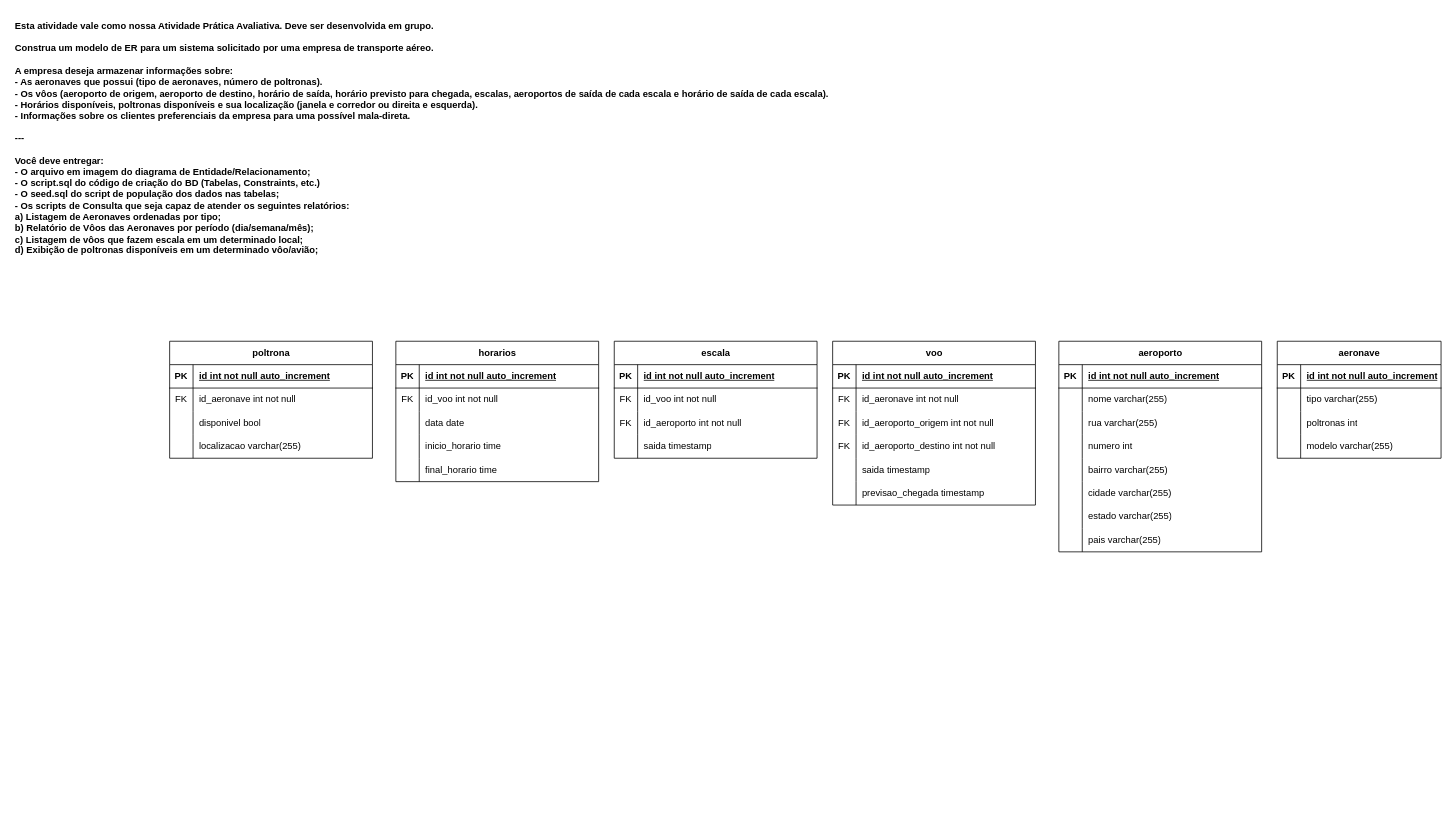
The draw.io diagram Diagramas/Atividades/companhia_aerea.drawio in samueldelorenzi/BancoDeDadosI, before the edit. Source tidied: cells renumbered, new cells numbered last; positions are measured from the earlier drawing's top-left corner, leaving out a move shared by most shapes. Both pictures are drawn from the tidied source at 78%, with x=0, y=0 at pixel (13, 13).
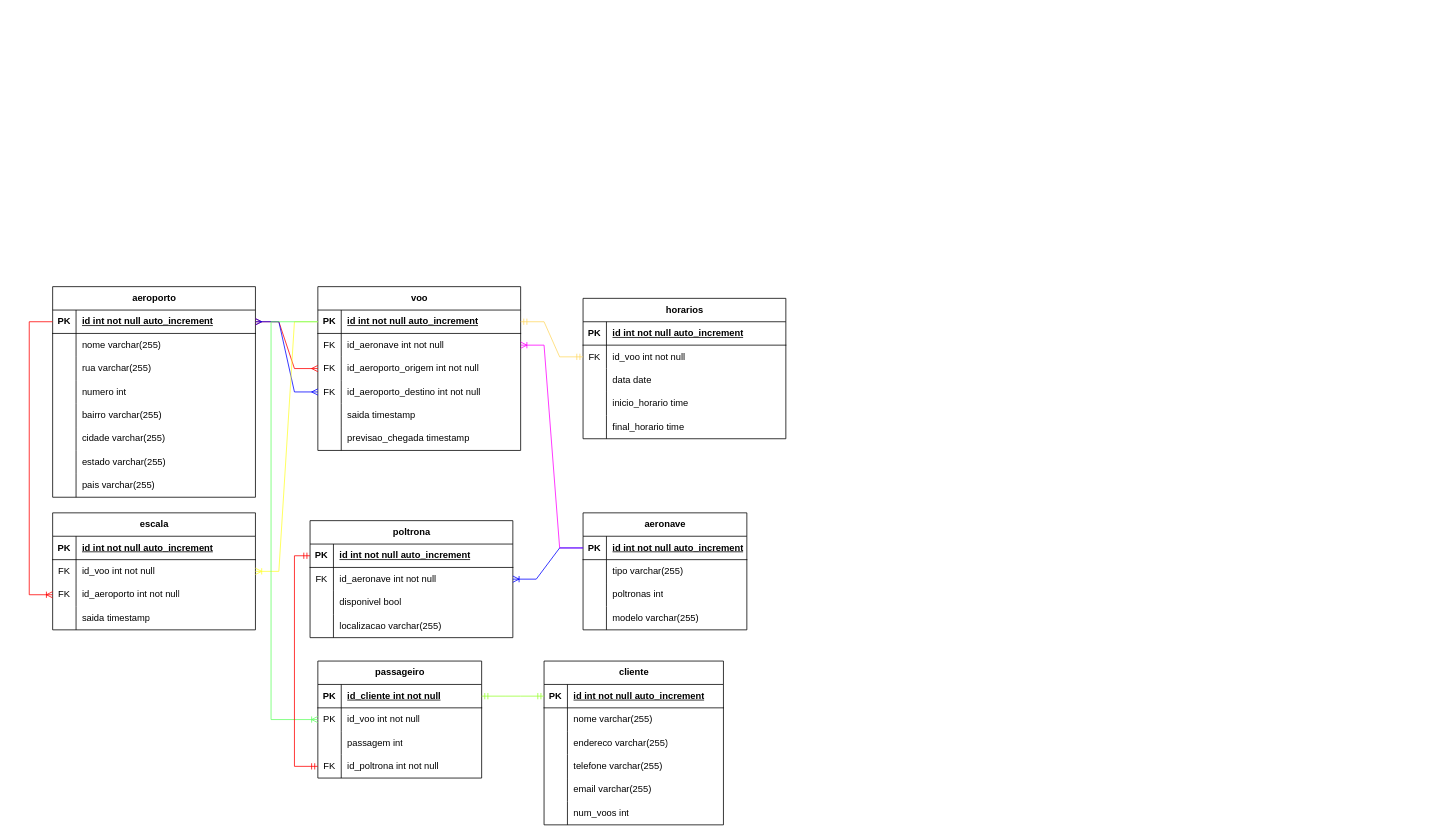
After the change.

Unchanged cells that the change refers to:
```xml
<mxCell id="4" style="shape=tableRow;horizontal=0;startSize=0;swimlaneHead=0;swimlaneBody=0;fillColor=none;points=[[0,0.5],[1,0.5]];portConstraint=eastwest;top=0;left=0;right=0;bottom=1;" parent="3" vertex="1">
  <mxGeometry y="30" width="210" height="30" as="geometry" />
</mxCell>
<mxCell id="17" style="shape=tableRow;horizontal=0;startSize=0;swimlaneHead=0;swimlaneBody=0;fillColor=none;points=[[0,0.5],[1,0.5]];portConstraint=eastwest;top=0;left=0;right=0;bottom=1;" parent="16" vertex="1">
  <mxGeometry y="30" width="260" height="30" as="geometry" />
</mxCell>
<mxCell id="42" style="shape=tableRow;horizontal=0;startSize=0;swimlaneHead=0;swimlaneBody=0;fillColor=none;points=[[0,0.5],[1,0.5]];portConstraint=eastwest;top=0;left=0;right=0;bottom=1;" parent="41" vertex="1">
  <mxGeometry y="30" width="260" height="30" as="geometry" />
</mxCell>
<mxCell id="45" style="shape=tableRow;horizontal=0;startSize=0;swimlaneHead=0;swimlaneBody=0;fillColor=none;points=[[0,0.5],[1,0.5]];portConstraint=eastwest;top=0;left=0;right=0;bottom=0;" parent="41" vertex="1">
  <mxGeometry y="60" width="260" height="30" as="geometry" />
</mxCell>
<mxCell id="48" style="shape=tableRow;horizontal=0;startSize=0;swimlaneHead=0;swimlaneBody=0;fillColor=none;points=[[0,0.5],[1,0.5]];portConstraint=eastwest;top=0;left=0;right=0;bottom=0;" parent="41" vertex="1">
  <mxGeometry y="90" width="260" height="30" as="geometry" />
</mxCell>
<mxCell id="51" style="shape=tableRow;horizontal=0;startSize=0;swimlaneHead=0;swimlaneBody=0;fillColor=none;points=[[0,0.5],[1,0.5]];portConstraint=eastwest;top=0;left=0;right=0;bottom=0;" parent="41" vertex="1">
  <mxGeometry y="120" width="260" height="30" as="geometry" />
</mxCell>
<mxCell id="64" style="shape=tableRow;horizontal=0;startSize=0;swimlaneHead=0;swimlaneBody=0;fillColor=none;points=[[0,0.5],[1,0.5]];portConstraint=eastwest;top=0;left=0;right=0;bottom=0;" parent="60" vertex="1">
  <mxGeometry y="60" width="260" height="30" as="geometry" />
</mxCell>
<mxCell id="67" style="shape=tableRow;horizontal=0;startSize=0;swimlaneHead=0;swimlaneBody=0;fillColor=none;points=[[0,0.5],[1,0.5]];portConstraint=eastwest;top=0;left=0;right=0;bottom=0;" parent="60" vertex="1">
  <mxGeometry y="90" width="260" height="30" as="geometry" />
</mxCell>
<mxCell id="77" style="shape=tableRow;horizontal=0;startSize=0;swimlaneHead=0;swimlaneBody=0;fillColor=none;points=[[0,0.5],[1,0.5]];portConstraint=eastwest;top=0;left=0;right=0;bottom=0;" parent="73" vertex="1">
  <mxGeometry y="60" width="260" height="30" as="geometry" />
</mxCell>
<mxCell id="90" style="shape=tableRow;horizontal=0;startSize=0;swimlaneHead=0;swimlaneBody=0;fillColor=none;points=[[0,0.5],[1,0.5]];portConstraint=eastwest;top=0;left=0;right=0;bottom=1;" parent="89" vertex="1">
  <mxGeometry y="30" width="260" height="30" as="geometry" />
</mxCell>
<mxCell id="93" style="shape=tableRow;horizontal=0;startSize=0;swimlaneHead=0;swimlaneBody=0;fillColor=none;points=[[0,0.5],[1,0.5]];portConstraint=eastwest;top=0;left=0;right=0;bottom=0;" parent="89" vertex="1">
  <mxGeometry y="60" width="260" height="30" as="geometry" />
</mxCell>
```

The edit, as a diff of the source:
```diff
@@
-    <mxCell id="2" value="&lt;div&gt;&lt;b&gt;Esta atividade vale como nossa Atividade Prática Avaliativa. Deve ser desenvolvida em grupo.&lt;/b&gt;&lt;/div&gt;&lt;div&gt;&lt;b&gt;&lt;br&gt;&lt;/b&gt;&lt;/div&gt;&lt;div&gt;&lt;b&gt;Construa um modelo de ER para um sistema solicitado por uma empresa de transporte aéreo.&lt;/b&gt;&lt;/div&gt;&lt;div&gt;&lt;b&gt;&lt;br&gt;&lt;/b&gt;&lt;/div&gt;&lt;div&gt;&lt;b&gt;A empresa deseja armazenar informações sobre:&lt;/b&gt;&lt;/div&gt;&lt;div&gt;&lt;b&gt;- As aeronaves que possui (tipo de aeronaves, número de poltronas).&lt;/b&gt;&lt;/div&gt;&lt;div&gt;&lt;b&gt;- Os vôos (aeroporto de origem, aeroporto de destino, horário de saída, horário previsto para chegada, escalas, aeroportos de saída de cada escala e horário de saída de cada escala).&lt;/b&gt;&lt;/div&gt;&lt;div&gt;&lt;b&gt;- Horários disponíveis, poltronas disponíveis e sua localização (janela e corredor ou direita e esquerda).&lt;/b&gt;&lt;/div&gt;&lt;div&gt;&lt;b&gt;- Informações sobre os clientes preferenciais da empresa para uma possível mala-direta.&lt;/b&gt;&lt;/div&gt;&lt;div&gt;&lt;b&gt;&lt;br&gt;&lt;/b&gt;&lt;/div&gt;&lt;div&gt;&lt;b&gt;---&lt;/b&gt;&lt;/div&gt;&lt;div&gt;&lt;b&gt;&lt;br&gt;&lt;/b&gt;&lt;/div&gt;&lt;div&gt;&lt;b&gt;Você deve entregar:&lt;/b&gt;&lt;/div&gt;&lt;div&gt;&lt;b&gt;- O arquivo em imagem do diagrama de Entidade/Relacionamento;&lt;/b&gt;&lt;/div&gt;&lt;div&gt;&lt;b&gt;- O script.sql do código de criação do BD (Tabelas, Constraints, etc.)&lt;/b&gt;&lt;/div&gt;&lt;div&gt;&lt;b&gt;- O seed.sql do script de população dos dados nas tabelas;&lt;/b&gt;&lt;/div&gt;&lt;div&gt;&lt;b&gt;- Os scripts de Consulta que seja capaz de atender os seguintes relatórios:&lt;/b&gt;&lt;/div&gt;&lt;div&gt;&lt;b&gt;a) Listagem de Aeronaves ordenadas por tipo;&lt;/b&gt;&lt;/div&gt;&lt;div&gt;&lt;b&gt;b) Relatório de Vôos das Aeronaves por período (dia/semana/mês);&lt;/b&gt;&lt;/div&gt;&lt;div&gt;&lt;b&gt;c) Listagem de vôos que fazem escala em um determinado local;&lt;/b&gt;&lt;/div&gt;&lt;div&gt;&lt;b&gt;d) Exibição de poltronas disponíveis em um determinado vôo/avião;&lt;/b&gt;&lt;/div&gt;" style="text;html=1;align=left;verticalAlign=middle;strokeColor=none;fillColor=#FFFFFF;" parent="1" vertex="1">
-      <mxGeometry width="1070" height="320" as="geometry" />
-    </mxCell>
     <mxCell id="3" value="aeronave" style="shape=table;startSize=30;childLayout=tableLayout;rowLines=0;fontStyle=1;align=center;html=1;" parent="1" vertex="1">
-      <mxGeometry x="1620" y="420" width="210" height="150" as="geometry" />
+      <mxGeometry x="730" y="640" width="210" height="150" as="geometry" />
     </mxCell>
@@
     <mxCell id="16" value="aeroporto" style="shape=table;startSize=30;childLayout=tableLayout;rowLines=0;fontStyle=1;align=center;html=1;" parent="1" vertex="1">
-      <mxGeometry x="1340" y="420" width="260" height="270" as="geometry" />
+      <mxGeometry x="50" y="350" width="260" height="270" as="geometry" />
     </mxCell>
@@
     <mxCell id="41" value="voo" style="shape=table;startSize=30;childLayout=tableLayout;rowLines=0;fontStyle=1;align=center;html=1;" parent="1" vertex="1">
-      <mxGeometry x="1050" y="420" width="260" height="210" as="geometry" />
+      <mxGeometry x="390" y="350" width="260" height="210" as="geometry" />
     </mxCell>
@@
     <mxCell id="60" value="escala" style="shape=table;startSize=30;childLayout=tableLayout;rowLines=0;fontStyle=1;align=center;html=1;" parent="1" vertex="1">
-      <mxGeometry x="770" y="420" width="260" height="150" as="geometry" />
+      <mxGeometry x="50" y="640" width="260" height="150" as="geometry" />
     </mxCell>
@@
     <mxCell id="73" value="horarios" style="shape=table;startSize=30;childLayout=tableLayout;rowLines=0;fontStyle=1;align=center;html=1;" parent="1" vertex="1">
-      <mxGeometry x="490" y="420" width="260" height="180" as="geometry" />
+      <mxGeometry x="730" y="365" width="260" height="180" as="geometry" />
     </mxCell>
@@
     <mxCell id="89" value="poltrona" style="shape=table;startSize=30;childLayout=tableLayout;rowLines=0;fontStyle=1;align=center;html=1;" parent="1" vertex="1">
-      <mxGeometry x="200" y="420" width="260" height="150" as="geometry" />
+      <mxGeometry x="380" y="650" width="260" height="150" as="geometry" />
     </mxCell>
@@
+    <mxCell id="102" value="cliente" style="shape=table;startSize=30;childLayout=tableLayout;rowLines=0;fontStyle=1;align=center;html=1;" parent="1" vertex="1">
+      <mxGeometry x="680" y="830" width="230" height="210" as="geometry" />
+    </mxCell>
+    <mxCell id="103" style="shape=tableRow;horizontal=0;startSize=0;swimlaneHead=0;swimlaneBody=0;fillColor=none;points=[[0,0.5],[1,0.5]];portConstraint=eastwest;top=0;left=0;right=0;bottom=1;" parent="102" vertex="1">
+      <mxGeometry y="30" width="230" height="30" as="geometry" />
+    </mxCell>
+    <mxCell id="104" value="PK" style="shape=partialRectangle;fillColor=none;top=0;left=0;bottom=0;right=0;fontStyle=1;overflow=hidden;whiteSpace=wrap;html=1;" parent="103" vertex="1">
+      <mxGeometry width="30" height="30" as="geometry" />
+    </mxCell>
+    <mxCell id="105" value="id int not null auto_increment" style="shape=partialRectangle;fillColor=none;top=0;left=0;bottom=0;right=0;align=left;spacingLeft=6;fontStyle=5;overflow=hidden;whiteSpace=wrap;html=1;" parent="103" vertex="1">
+      <mxGeometry x="30" width="200" height="30" as="geometry" />
+    </mxCell>
+    <mxCell id="106" style="shape=tableRow;horizontal=0;startSize=0;swimlaneHead=0;swimlaneBody=0;fillColor=none;top=0;left=0;right=0;bottom=0;" parent="102" vertex="1">
+      <mxGeometry y="60" width="230" height="30" as="geometry" />
+    </mxCell>
+    <mxCell id="107" style="shape=partialRectangle;fillColor=none;top=0;left=0;bottom=0;right=0;overflow=hidden;whiteSpace=wrap;html=1;" parent="106" vertex="1">
+      <mxGeometry width="30" height="30" as="geometry" />
+    </mxCell>
+    <mxCell id="108" value="nome varchar(255)" style="shape=partialRectangle;fillColor=none;top=0;left=0;bottom=0;right=0;align=left;spacingLeft=6;overflow=hidden;whiteSpace=wrap;html=1;" parent="106" vertex="1">
+      <mxGeometry x="30" width="200" height="30" as="geometry" />
+    </mxCell>
+    <mxCell id="109" style="shape=tableRow;horizontal=0;startSize=0;swimlaneHead=0;swimlaneBody=0;fillColor=none;top=0;left=0;right=0;bottom=0;" parent="102" vertex="1">
+      <mxGeometry y="90" width="230" height="30" as="geometry" />
+    </mxCell>
+    <mxCell id="110" style="shape=partialRectangle;fillColor=none;top=0;left=0;bottom=0;right=0;overflow=hidden;whiteSpace=wrap;html=1;" parent="109" vertex="1">
+      <mxGeometry width="30" height="30" as="geometry" />
+    </mxCell>
+    <mxCell id="111" value="endereco varchar(255)" style="shape=partialRectangle;fillColor=none;top=0;left=0;bottom=0;right=0;align=left;spacingLeft=6;overflow=hidden;whiteSpace=wrap;html=1;" parent="109" vertex="1">
+      <mxGeometry x="30" width="200" height="30" as="geometry" />
+    </mxCell>
+    <mxCell id="112" style="shape=tableRow;horizontal=0;startSize=0;swimlaneHead=0;swimlaneBody=0;fillColor=none;top=0;left=0;right=0;bottom=0;" parent="102" vertex="1">
+      <mxGeometry y="120" width="230" height="30" as="geometry" />
+    </mxCell>
+    <mxCell id="113" style="shape=partialRectangle;fillColor=none;top=0;left=0;bottom=0;right=0;overflow=hidden;whiteSpace=wrap;html=1;" parent="112" vertex="1">
+      <mxGeometry width="30" height="30" as="geometry" />
+    </mxCell>
+    <mxCell id="114" value="telefone varchar(255)" style="shape=partialRectangle;fillColor=none;top=0;left=0;bottom=0;right=0;align=left;spacingLeft=6;overflow=hidden;whiteSpace=wrap;html=1;" parent="112" vertex="1">
+      <mxGeometry x="30" width="200" height="30" as="geometry" />
+    </mxCell>
+    <mxCell id="115" style="shape=tableRow;horizontal=0;startSize=0;swimlaneHead=0;swimlaneBody=0;fillColor=none;top=0;left=0;right=0;bottom=0;" parent="102" vertex="1">
+      <mxGeometry y="150" width="230" height="30" as="geometry" />
+    </mxCell>
+    <mxCell id="116" style="shape=partialRectangle;fillColor=none;top=0;left=0;bottom=0;right=0;overflow=hidden;whiteSpace=wrap;html=1;" parent="115" vertex="1">
+      <mxGeometry width="30" height="30" as="geometry" />
+    </mxCell>
+    <mxCell id="117" value="email varchar(255)" style="shape=partialRectangle;fillColor=none;top=0;left=0;bottom=0;right=0;align=left;spacingLeft=6;overflow=hidden;whiteSpace=wrap;html=1;" parent="115" vertex="1">
+      <mxGeometry x="30" width="200" height="30" as="geometry" />
+    </mxCell>
+    <mxCell id="118" style="shape=tableRow;horizontal=0;startSize=0;swimlaneHead=0;swimlaneBody=0;fillColor=none;top=0;left=0;right=0;bottom=0;" parent="102" vertex="1">
+      <mxGeometry y="180" width="230" height="30" as="geometry" />
+    </mxCell>
+    <mxCell id="119" style="shape=partialRectangle;fillColor=none;top=0;left=0;bottom=0;right=0;overflow=hidden;whiteSpace=wrap;html=1;" parent="118" vertex="1">
+      <mxGeometry width="30" height="30" as="geometry" />
+    </mxCell>
+    <mxCell id="120" value="num_voos int" style="shape=partialRectangle;fillColor=none;top=0;left=0;bottom=0;right=0;align=left;spacingLeft=6;overflow=hidden;whiteSpace=wrap;html=1;" parent="118" vertex="1">
+      <mxGeometry x="30" width="200" height="30" as="geometry" />
+    </mxCell>
+    <mxCell id="121" style="edgeStyle=entityRelationEdgeStyle;fontSize=12;html=1;endArrow=ERoneToMany;rounded=0;entryX=1;entryY=0.5;entryDx=0;entryDy=0;exitX=0;exitY=0.5;exitDx=0;exitDy=0;strokeColor=#FF00FF;" parent="1" edge="1" source="4" target="45">
+      <mxGeometry relative="1" as="geometry" />
+    </mxCell>
+    <mxCell id="122" style="edgeStyle=entityRelationEdgeStyle;fontSize=12;html=1;endArrow=ERmany;startArrow=ERmany;rounded=0;exitX=1;exitY=0.5;exitDx=0;exitDy=0;entryX=0;entryY=0.5;entryDx=0;entryDy=0;strokeColor=#FF0000;" parent="1" edge="1" source="17" target="48">
+      <mxGeometry relative="1" as="geometry" />
+    </mxCell>
+    <mxCell id="123" style="edgeStyle=entityRelationEdgeStyle;fontSize=12;html=1;endArrow=ERmany;startArrow=ERmany;rounded=0;exitX=1;exitY=0.5;exitDx=0;exitDy=0;entryX=0;entryY=0.5;entryDx=0;entryDy=0;strokeColor=#0000FF;" parent="1" edge="1" source="17" target="51">
+      <mxGeometry relative="1" as="geometry" />
+    </mxCell>
+    <mxCell id="124" style="edgeStyle=entityRelationEdgeStyle;fontSize=12;html=1;endArrow=ERoneToMany;rounded=0;entryX=1;entryY=0.5;entryDx=0;entryDy=0;exitX=0;exitY=0.5;exitDx=0;exitDy=0;strokeColor=#FFFF33;" parent="1" edge="1" source="42" target="64">
+      <mxGeometry relative="1" as="geometry" />
+    </mxCell>
+    <mxCell id="125" style="edgeStyle=elbowEdgeStyle;fontSize=12;html=1;endArrow=ERoneToMany;rounded=0;entryX=0;entryY=0.5;entryDx=0;entryDy=0;exitX=0;exitY=0.5;exitDx=0;exitDy=0;strokeColor=#FF0000;" parent="1" edge="1" source="17" target="67">
+      <mxGeometry relative="1" as="geometry">
+        <Array as="points">
+          <mxPoint x="20" y="580" />
+        </Array>
+      </mxGeometry>
+    </mxCell>
+    <mxCell id="126" style="edgeStyle=entityRelationEdgeStyle;fontSize=12;html=1;endArrow=ERoneToMany;rounded=0;exitX=0;exitY=0.5;exitDx=0;exitDy=0;entryX=1;entryY=0.5;entryDx=0;entryDy=0;strokeColor=#0000FF;" parent="1" edge="1" source="4" target="93">
+      <mxGeometry relative="1" as="geometry" />
+    </mxCell>
+    <mxCell id="127" value="passageiro" style="shape=table;startSize=30;childLayout=tableLayout;rowLines=0;fontStyle=1;align=center;html=1;" parent="1" vertex="1">
+      <mxGeometry x="390" y="830" width="210" height="150" as="geometry" />
+    </mxCell>
+    <mxCell id="128" style="shape=tableRow;horizontal=0;startSize=0;swimlaneHead=0;swimlaneBody=0;fillColor=none;points=[[0,0.5],[1,0.5]];portConstraint=eastwest;top=0;left=0;right=0;bottom=1;" parent="127" vertex="1">
+      <mxGeometry y="30" width="210" height="30" as="geometry" />
+    </mxCell>
+    <mxCell id="129" value="PK" style="shape=partialRectangle;fillColor=none;top=0;left=0;bottom=0;right=0;fontStyle=1;overflow=hidden;whiteSpace=wrap;html=1;" parent="128" vertex="1">
+      <mxGeometry width="30" height="30" as="geometry" />
+    </mxCell>
+    <mxCell id="130" value="id_cliente int not null" style="shape=partialRectangle;fillColor=none;top=0;left=0;bottom=0;right=0;align=left;spacingLeft=6;fontStyle=5;overflow=hidden;whiteSpace=wrap;html=1;" parent="128" vertex="1">
+      <mxGeometry x="30" width="180" height="30" as="geometry" />
+    </mxCell>
+    <mxCell id="131" style="shape=tableRow;horizontal=0;startSize=0;swimlaneHead=0;swimlaneBody=0;fillColor=none;points=[[0,0.5],[1,0.5]];portConstraint=eastwest;top=0;left=0;right=0;bottom=0;" parent="127" vertex="1">
+      <mxGeometry y="60" width="210" height="30" as="geometry" />
+    </mxCell>
+    <mxCell id="132" value="PK" style="shape=partialRectangle;fillColor=none;top=0;left=0;bottom=0;right=0;overflow=hidden;whiteSpace=wrap;html=1;" parent="131" vertex="1">
+      <mxGeometry width="30" height="30" as="geometry" />
+    </mxCell>
+    <mxCell id="133" value="id_voo int not null" style="shape=partialRectangle;fillColor=none;top=0;left=0;bottom=0;right=0;align=left;spacingLeft=6;overflow=hidden;whiteSpace=wrap;html=1;" parent="131" vertex="1">
+      <mxGeometry x="30" width="180" height="30" as="geometry" />
+    </mxCell>
+    <mxCell id="134" style="shape=tableRow;horizontal=0;startSize=0;swimlaneHead=0;swimlaneBody=0;fillColor=none;top=0;left=0;right=0;bottom=0;" parent="127" vertex="1">
+      <mxGeometry y="90" width="210" height="30" as="geometry" />
+    </mxCell>
+    <mxCell id="135" style="shape=partialRectangle;fillColor=none;top=0;left=0;bottom=0;right=0;overflow=hidden;whiteSpace=wrap;html=1;" parent="134" vertex="1">
+      <mxGeometry width="30" height="30" as="geometry" />
+    </mxCell>
+    <mxCell id="136" value="passagem int" style="shape=partialRectangle;fillColor=none;top=0;left=0;bottom=0;right=0;align=left;spacingLeft=6;overflow=hidden;whiteSpace=wrap;html=1;" parent="134" vertex="1">
+      <mxGeometry x="30" width="180" height="30" as="geometry" />
+    </mxCell>
+    <mxCell id="137" style="shape=tableRow;horizontal=0;startSize=0;swimlaneHead=0;swimlaneBody=0;fillColor=none;points=[[0,0.5],[1,0.5]];portConstraint=eastwest;top=0;left=0;right=0;bottom=0;" parent="127" vertex="1">
+      <mxGeometry y="120" width="210" height="30" as="geometry" />
+    </mxCell>
+    <mxCell id="138" value="FK" style="shape=partialRectangle;fillColor=none;top=0;left=0;bottom=0;right=0;overflow=hidden;whiteSpace=wrap;html=1;" parent="137" vertex="1">
+      <mxGeometry width="30" height="30" as="geometry" />
+    </mxCell>
+    <mxCell id="139" value="id_poltrona int not null" style="shape=partialRectangle;fillColor=none;top=0;left=0;bottom=0;right=0;align=left;spacingLeft=6;overflow=hidden;whiteSpace=wrap;html=1;" parent="137" vertex="1">
+      <mxGeometry x="30" width="180" height="30" as="geometry" />
+    </mxCell>
+    <mxCell id="140" style="edgeStyle=entityRelationEdgeStyle;fontSize=12;html=1;endArrow=ERmandOne;startArrow=ERmandOne;rounded=0;exitX=1;exitY=0.5;exitDx=0;exitDy=0;entryX=0;entryY=0.5;entryDx=0;entryDy=0;strokeColor=#99FF33;" parent="1" edge="1" source="128" target="103">
+      <mxGeometry relative="1" as="geometry" />
+    </mxCell>
+    <mxCell id="141" style="edgeStyle=elbowEdgeStyle;fontSize=12;html=1;endArrow=ERoneToMany;rounded=0;exitX=0;exitY=0.5;exitDx=0;exitDy=0;entryX=0;entryY=0.5;entryDx=0;entryDy=0;strokeColor=#66FF66;" parent="1" edge="1" source="42" target="131">
+      <mxGeometry relative="1" as="geometry">
+        <Array as="points">
+          <mxPoint x="330" y="660" />
+        </Array>
+      </mxGeometry>
+    </mxCell>
+    <mxCell id="142" style="edgeStyle=elbowEdgeStyle;fontSize=12;html=1;endArrow=ERmandOne;startArrow=ERmandOne;rounded=0;entryX=0;entryY=0.5;entryDx=0;entryDy=0;exitX=0;exitY=0.5;exitDx=0;exitDy=0;strokeColor=#FF0000;" parent="1" edge="1" source="137" target="90">
+      <mxGeometry relative="1" as="geometry">
+        <Array as="points">
+          <mxPoint x="360" y="820" />
+        </Array>
+      </mxGeometry>
+    </mxCell>
+    <mxCell id="143" style="edgeStyle=entityRelationEdgeStyle;fontSize=12;html=1;endArrow=ERmandOne;startArrow=ERmandOne;rounded=0;entryX=0;entryY=0.5;entryDx=0;entryDy=0;exitX=1;exitY=0.5;exitDx=0;exitDy=0;strokeColor=#FFD966;" parent="1" edge="1" source="42" target="77">
+      <mxGeometry relative="1" as="geometry" />
+    </mxCell>
```
